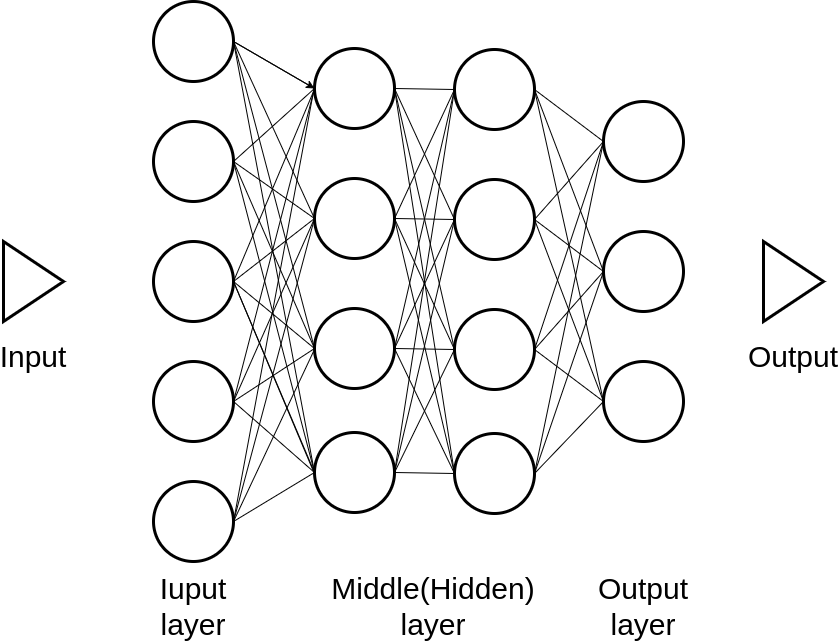
This is images/dl.png from YukiTakahashi4690/thesis_template, a draw.io export, as it was before one commit. Source tidied: cells renumbered, new cells last; positions are measured from the earlier drawing's top-left corner, leaving out a move shared by most shapes.
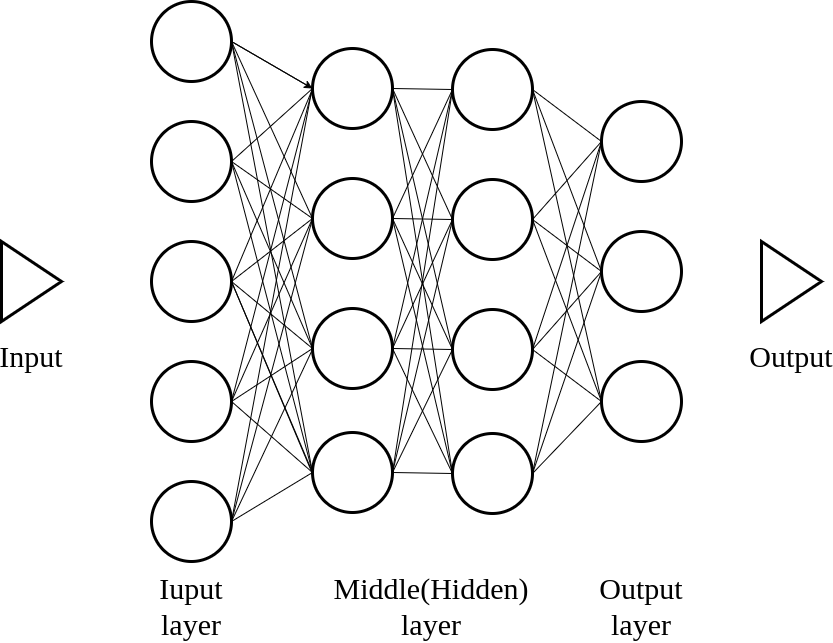
Later version of the same file.

The edit, as a diff of the source:
```diff
@@ -214,19 +214,19 @@
     <mxCell id="69" style="triangle;whiteSpace=wrap;html=1;strokeColor=#000000;strokeWidth=3;fillColor=#FFFFFF;" parent="1" vertex="1">
       <mxGeometry x="760" y="240" width="60" height="80" as="geometry" />
     </mxCell>
-    <mxCell id="70" value="&lt;font color=&quot;#000000&quot; style=&quot;font-size: 30px&quot;&gt;Iuput layer&lt;/font&gt;" style="text;html=1;strokeColor=none;fillColor=none;align=center;verticalAlign=middle;whiteSpace=wrap;rounded=0;" parent="1" vertex="1">
+    <mxCell id="70" value="&lt;font face=&quot;Times New Roman&quot; color=&quot;#000000&quot; style=&quot;font-size: 30px&quot;&gt;Iuput layer&lt;/font&gt;" style="text;html=1;strokeColor=none;fillColor=none;align=center;verticalAlign=middle;whiteSpace=wrap;rounded=0;" parent="1" vertex="1">
       <mxGeometry x="160" y="590" width="60" height="30" as="geometry" />
     </mxCell>
-    <mxCell id="71" value="&lt;font color=&quot;#000000&quot; style=&quot;font-size: 30px&quot;&gt;Middle(Hidden) layer&lt;/font&gt;" style="text;html=1;strokeColor=none;fillColor=none;align=center;verticalAlign=middle;whiteSpace=wrap;rounded=0;" parent="1" vertex="1">
+    <mxCell id="71" value="&lt;font face=&quot;Times New Roman&quot; color=&quot;#000000&quot; style=&quot;font-size: 30px&quot;&gt;Middle(Hidden) layer&lt;/font&gt;" style="text;html=1;strokeColor=none;fillColor=none;align=center;verticalAlign=middle;whiteSpace=wrap;rounded=0;" parent="1" vertex="1">
       <mxGeometry x="350" y="590" width="160" height="30" as="geometry" />
     </mxCell>
-    <mxCell id="72" value="&lt;font color=&quot;#000000&quot; style=&quot;font-size: 30px&quot;&gt;Output layer&lt;/font&gt;" style="text;html=1;strokeColor=none;fillColor=none;align=center;verticalAlign=middle;whiteSpace=wrap;rounded=0;" parent="1" vertex="1">
+    <mxCell id="72" value="&lt;font face=&quot;Times New Roman&quot; color=&quot;#000000&quot; style=&quot;font-size: 30px&quot;&gt;Output layer&lt;/font&gt;" style="text;html=1;strokeColor=none;fillColor=none;align=center;verticalAlign=middle;whiteSpace=wrap;rounded=0;" parent="1" vertex="1">
       <mxGeometry x="610" y="590" width="60" height="30" as="geometry" />
     </mxCell>
-    <mxCell id="73" value="Input" style="text;html=1;strokeColor=none;fillColor=none;align=center;verticalAlign=middle;whiteSpace=wrap;rounded=0;fontSize=30;fontColor=#000000;" parent="1" vertex="1">
+    <mxCell id="73" value="&lt;font face=&quot;Times New Roman&quot;&gt;Input&lt;/font&gt;" style="text;html=1;strokeColor=none;fillColor=none;align=center;verticalAlign=middle;whiteSpace=wrap;rounded=0;fontSize=30;fontColor=#000000;" parent="1" vertex="1">
       <mxGeometry y="340" width="60" height="30" as="geometry" />
     </mxCell>
-    <mxCell id="74" value="Output" style="text;html=1;strokeColor=none;fillColor=none;align=center;verticalAlign=middle;whiteSpace=wrap;rounded=0;fontSize=30;fontColor=#000000;" parent="1" vertex="1">
+    <mxCell id="74" value="&lt;font face=&quot;Times New Roman&quot;&gt;Output&lt;/font&gt;" style="text;html=1;strokeColor=none;fillColor=none;align=center;verticalAlign=middle;whiteSpace=wrap;rounded=0;fontSize=30;fontColor=#000000;" parent="1" vertex="1">
       <mxGeometry x="760" y="340" width="60" height="30" as="geometry" />
     </mxCell>
   </root>
```
